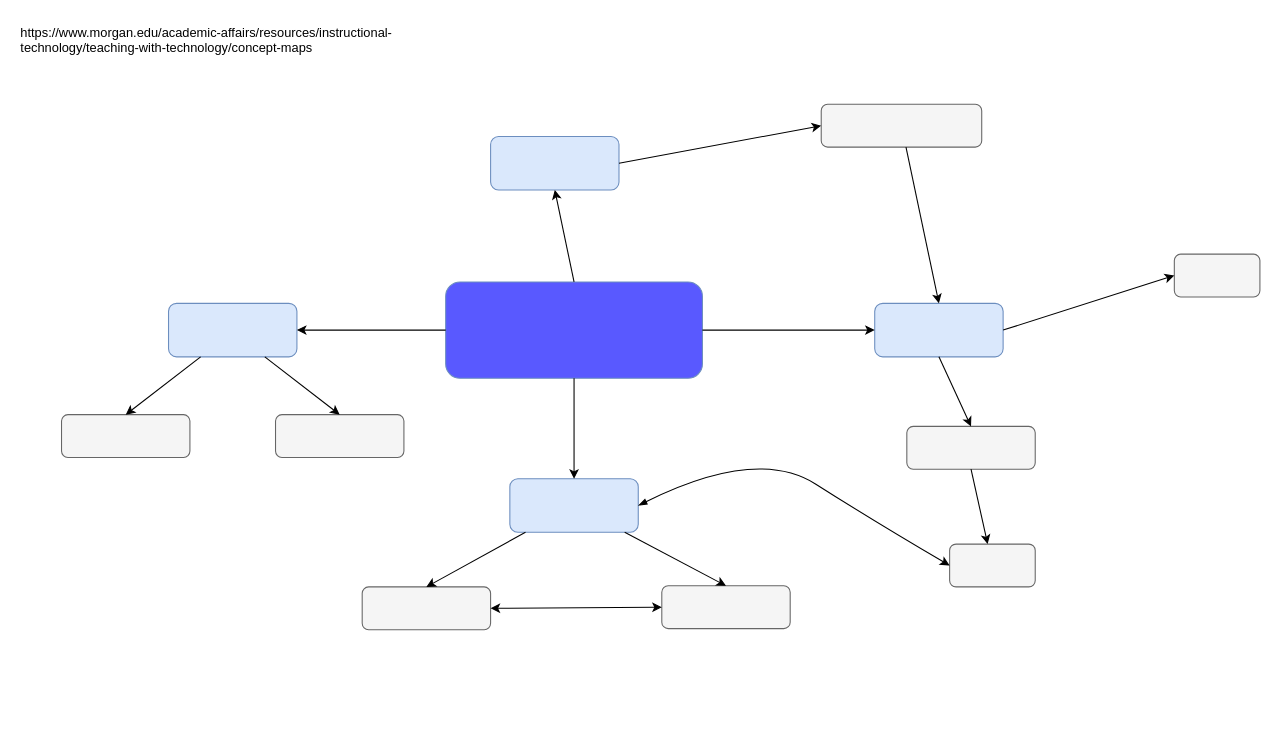
The draw.io diagram page "3.1" (3 of 4) of ConceptMaps.drawio in k-wtamu/Capstone, before the edit. Source tidied: cells renumbered, new cells numbered last; positions are measured from the earlier drawing's top-left corner, leaving out a move shared by most shapes. Both pictures are drawn from the tidied source at 107%, with x=0, y=0 at pixel (18, 18).
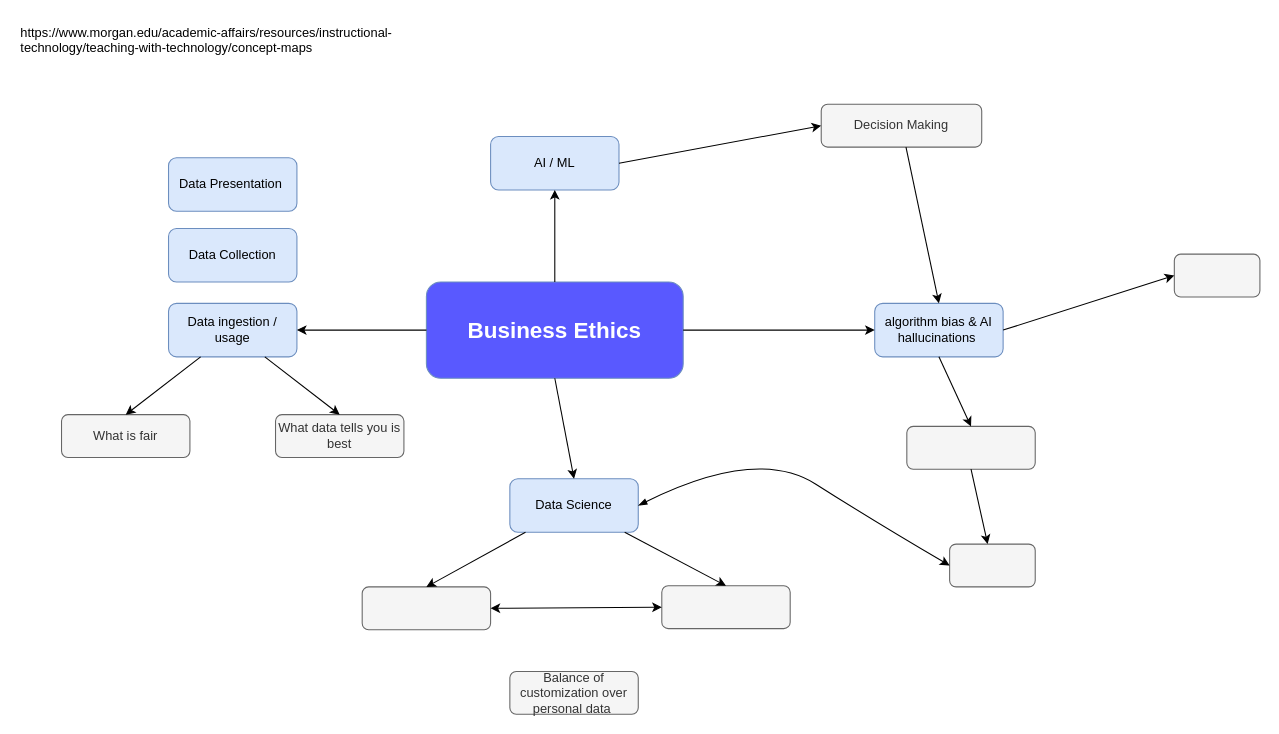
The same page after the edit.

What changed in the source:
```diff
@@
-    <mxCell id="2" style="rounded=1;whiteSpace=wrap;html=1;fillColor=#5959FF;strokeColor=#6c8ebf;gradientColor=none;" parent="1" vertex="1">
-      <mxGeometry x="399" y="246" width="240" height="90" as="geometry" />
+    <mxCell id="2" value="&lt;font style=&quot;color: rgb(255, 255, 255); font-size: 21px;&quot;&gt;&lt;b&gt;Business Ethics&lt;/b&gt;&lt;/font&gt;" style="rounded=1;whiteSpace=wrap;html=1;fillColor=#5959FF;strokeColor=#6c8ebf;gradientColor=none;" parent="1" vertex="1">
+      <mxGeometry x="381" y="246" width="240" height="90" as="geometry" />
     </mxCell>
-    <mxCell id="3" style="rounded=1;whiteSpace=wrap;html=1;fillColor=#dae8fc;strokeColor=#6c8ebf;" parent="1" vertex="1">
+    <mxCell id="3" value="Data ingestion / usage" style="rounded=1;whiteSpace=wrap;html=1;fillColor=#dae8fc;strokeColor=#6c8ebf;" parent="1" vertex="1">
       <mxGeometry x="140" y="266" width="120" height="50" as="geometry" />
     </mxCell>
-    <mxCell id="4" style="rounded=1;whiteSpace=wrap;html=1;fillColor=#f5f5f5;fontColor=#333333;strokeColor=#666666;" parent="1" vertex="1">
+    <mxCell id="4" value="What data tells you is best" style="rounded=1;whiteSpace=wrap;html=1;fillColor=#f5f5f5;fontColor=#333333;strokeColor=#666666;" parent="1" vertex="1">
       <mxGeometry x="240" y="370" width="120" height="40" as="geometry" />
     </mxCell>
@@
-    <mxCell id="8" style="rounded=1;whiteSpace=wrap;html=1;fillColor=#f5f5f5;fontColor=#333333;strokeColor=#666666;" parent="1" vertex="1">
+    <mxCell id="8" value="What is fair" style="rounded=1;whiteSpace=wrap;html=1;fillColor=#f5f5f5;fontColor=#333333;strokeColor=#666666;" parent="1" vertex="1">
       <mxGeometry x="40" y="370" width="120" height="40" as="geometry" />
     </mxCell>
@@
-    <mxCell id="10" style="rounded=1;whiteSpace=wrap;html=1;fillColor=#dae8fc;strokeColor=#6c8ebf;" parent="1" vertex="1">
+    <mxCell id="10" value="Data Science" style="rounded=1;whiteSpace=wrap;html=1;fillColor=#dae8fc;strokeColor=#6c8ebf;" parent="1" vertex="1">
       <mxGeometry x="459" y="430" width="120" height="50" as="geometry" />
     </mxCell>
@@
-    <mxCell id="17" style="rounded=1;whiteSpace=wrap;html=1;fillColor=#dae8fc;strokeColor=#6c8ebf;" parent="1" vertex="1">
+    <mxCell id="17" value="AI / ML" style="rounded=1;whiteSpace=wrap;html=1;fillColor=#dae8fc;strokeColor=#6c8ebf;" parent="1" vertex="1">
       <mxGeometry x="441" y="110" width="120" height="50" as="geometry" />
     </mxCell>
-    <mxCell id="18" style="rounded=1;whiteSpace=wrap;html=1;fillColor=#dae8fc;strokeColor=#6c8ebf;" parent="1" vertex="1">
+    <mxCell id="18" value="algorithm bias &amp;amp; AI hallucinations&amp;nbsp;" style="rounded=1;whiteSpace=wrap;html=1;fillColor=#dae8fc;strokeColor=#6c8ebf;" parent="1" vertex="1">
       <mxGeometry x="800" y="266" width="120" height="50" as="geometry" />
     </mxCell>
@@
-    <mxCell id="22" style="rounded=1;whiteSpace=wrap;html=1;fillColor=#f5f5f5;fontColor=#333333;strokeColor=#666666;" parent="1" vertex="1">
+    <mxCell id="22" value="Decision Making" style="rounded=1;whiteSpace=wrap;html=1;fillColor=#f5f5f5;fontColor=#333333;strokeColor=#666666;" parent="1" vertex="1">
       <mxGeometry x="750" y="80" width="150" height="40" as="geometry" />
     </mxCell>
@@
+    <mxCell id="31" value="Balance of customization over personal data&amp;nbsp;" style="rounded=1;whiteSpace=wrap;html=1;fillColor=#f5f5f5;fontColor=#333333;strokeColor=#666666;" parent="1" vertex="1">
+      <mxGeometry x="459" y="610" width="120" height="40" as="geometry" />
+    </mxCell>
+    <mxCell id="32" value="Data Collection" style="rounded=1;whiteSpace=wrap;html=1;fillColor=#dae8fc;strokeColor=#6c8ebf;" parent="1" vertex="1">
+      <mxGeometry x="140" y="196" width="120" height="50" as="geometry" />
+    </mxCell>
+    <mxCell id="33" value="Data Presentation&amp;nbsp;" style="rounded=1;whiteSpace=wrap;html=1;fillColor=#dae8fc;strokeColor=#6c8ebf;" parent="1" vertex="1">
+      <mxGeometry x="140" y="130" width="120" height="50" as="geometry" />
+    </mxCell>
```
